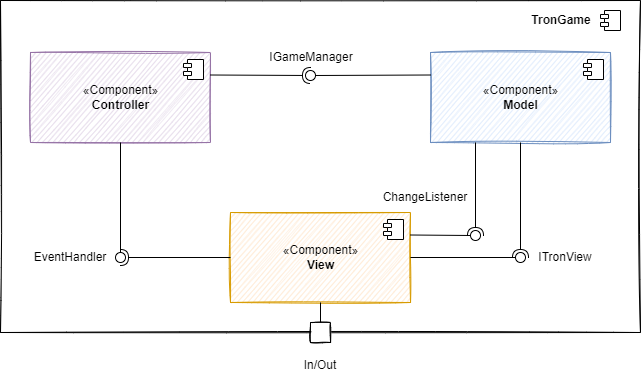
This is diagrams/bs_layer1.png from sckoenig/Distributed-Tron, a draw.io export, as it was before one commit. Source tidied: cells renumbered, new cells last; positions are measured from the earlier drawing's top-left corner, leaving out a move shared by most shapes.
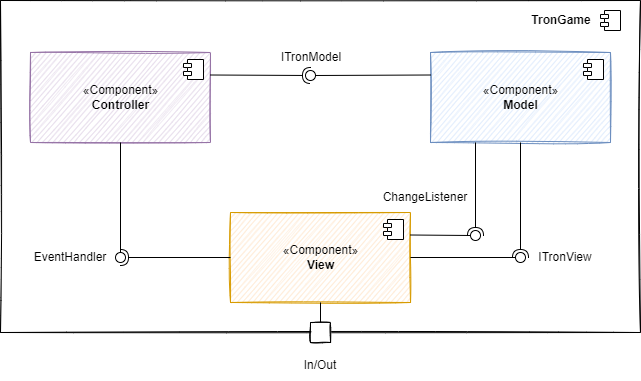
Above is the later version.

Change to the diagram source:
```diff
@@ -38,7 +38,7 @@
     <mxCell id="11" style="ellipse;whiteSpace=wrap;html=1;align=center;points=[];outlineConnect=0;sketch=0;" parent="1" vertex="1">
       <mxGeometry x="305" y="70" width="10" height="10" as="geometry" />
     </mxCell>
-    <mxCell id="12" value="IGameManager" style="text;html=1;strokeColor=none;fillColor=none;align=center;verticalAlign=middle;whiteSpace=wrap;rounded=0;" parent="1" vertex="1">
+    <mxCell id="12" value="ITronModel" style="text;html=1;strokeColor=none;fillColor=none;align=center;verticalAlign=middle;whiteSpace=wrap;rounded=0;" parent="1" vertex="1">
       <mxGeometry x="281" y="42" width="60" height="30" as="geometry" />
     </mxCell>
     <mxCell id="13" value="ITronView" style="text;html=1;strokeColor=none;fillColor=none;align=center;verticalAlign=middle;whiteSpace=wrap;rounded=0;" parent="1" vertex="1">
```
